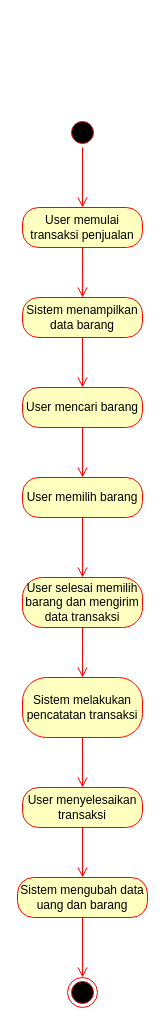
Before: page "Selling Goods" (3 of 4) of Diagram/Activity Diagram.drawio in ryusu777/dodo-app, a draw.io diagram. Source tidied: cells renumbered, new cells numbered last; positions are measured from the earlier drawing's top-left corner, leaving out a move shared by most shapes. Both pictures are drawn from the tidied source at 100%, with x=0, y=0 at pixel (17, 117).
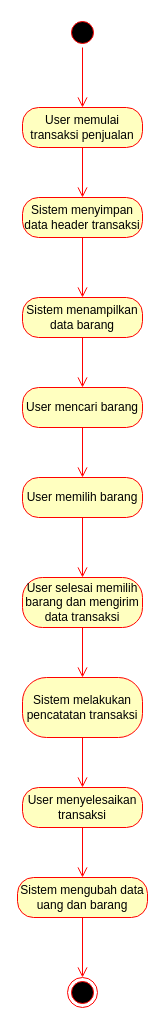
The same page after the edit.

Commit message:
Selling goods activity diagram modify

The change refers to these unchanged cells:
```xml
<mxCell id="2" value="Sistem menampilkan data barang" style="rounded=1;whiteSpace=wrap;html=1;arcSize=40;fontColor=#000000;fillColor=#ffffc0;strokeColor=#ff0000;" parent="1" vertex="1">
  <mxGeometry x="5" y="180" width="120" height="40" as="geometry" />
</mxCell>
```

The edit, as a diff of the source:
```diff
@@
     <mxCell id="12" value="User memulai transaksi penjualan" style="rounded=1;whiteSpace=wrap;html=1;arcSize=40;fontColor=#000000;fillColor=#ffffc0;strokeColor=#ff0000;" parent="1" vertex="1">
-      <mxGeometry x="5" y="90" width="120" height="40" as="geometry" />
+      <mxGeometry x="5" y="-10" width="120" height="40" as="geometry" />
     </mxCell>
-    <mxCell id="13" style="edgeStyle=orthogonalEdgeStyle;html=1;verticalAlign=bottom;endArrow=open;endSize=8;strokeColor=#ff0000;" parent="1" edge="1" source="12" target="2">
+    <mxCell id="13" style="edgeStyle=orthogonalEdgeStyle;html=1;verticalAlign=bottom;endArrow=open;endSize=8;strokeColor=#ff0000;" parent="1" edge="1" source="12" target="21">
       <mxGeometry relative="1" as="geometry">
         <Array as="points">
-          <mxPoint x="65" y="150" />
-          <mxPoint x="65" y="150" />
+          <mxPoint x="65" y="100" />
         </Array>
       </mxGeometry>
     </mxCell>
     <mxCell id="14" style="ellipse;html=1;shape=startState;fillColor=#000000;strokeColor=#ff0000;" parent="1" vertex="1">
-      <mxGeometry x="50" width="30" height="30" as="geometry" />
+      <mxGeometry x="50" y="-100" width="30" height="30" as="geometry" />
     </mxCell>
@@
+    <mxCell id="21" value="Sistem menyimpan data header transaksi" style="rounded=1;whiteSpace=wrap;html=1;arcSize=40;fontColor=#000000;fillColor=#ffffc0;strokeColor=#ff0000;" parent="1" vertex="1">
+      <mxGeometry x="5" y="80" width="120" height="40" as="geometry" />
+    </mxCell>
+    <mxCell id="22" style="edgeStyle=orthogonalEdgeStyle;html=1;verticalAlign=bottom;endArrow=open;endSize=8;strokeColor=#ff0000;" parent="1" edge="1" source="21" target="2">
+      <mxGeometry relative="1" as="geometry" />
+    </mxCell>
```
